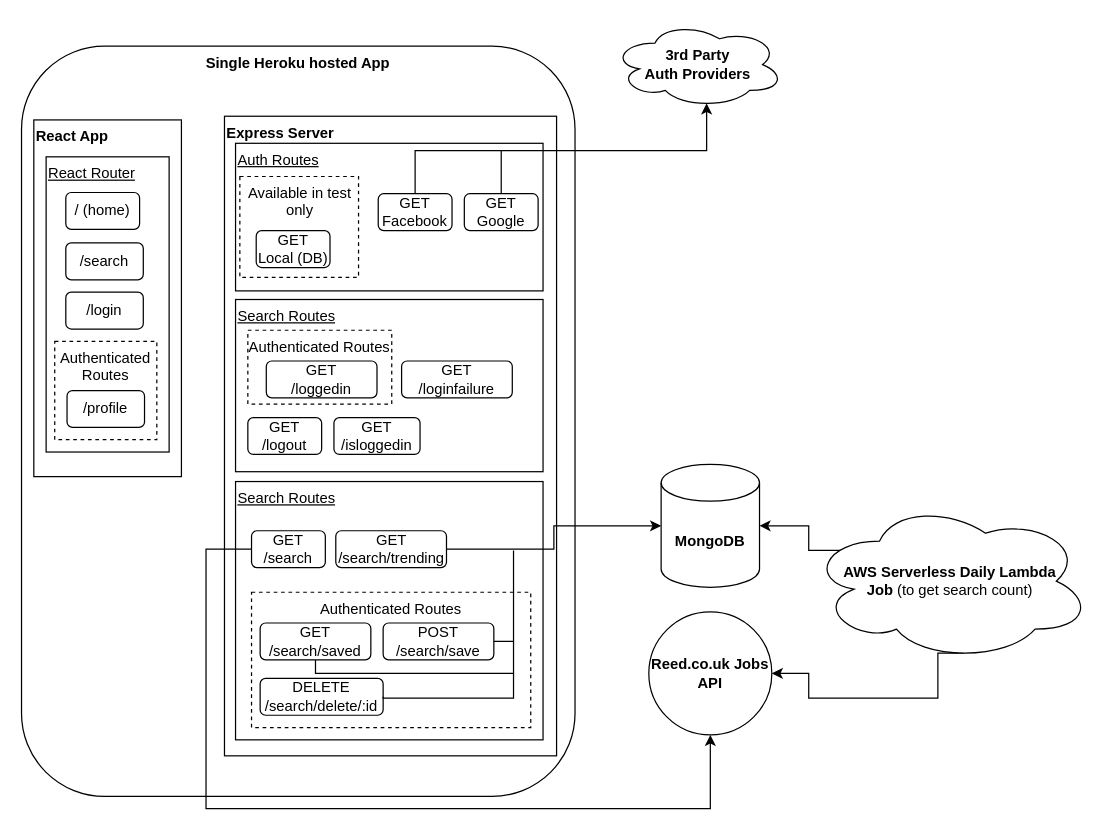
This is docs/Current Architecture.drawio from jb-0/skills-tracker, a draw.io file, before an edit. Source tidied: cells renumbered, new cells numbered last; positions are measured from the earlier drawing's top-left corner, leaving out a move shared by most shapes. Both pictures are drawn from the tidied source at 123%, with x=0, y=0 at pixel (21, 21).
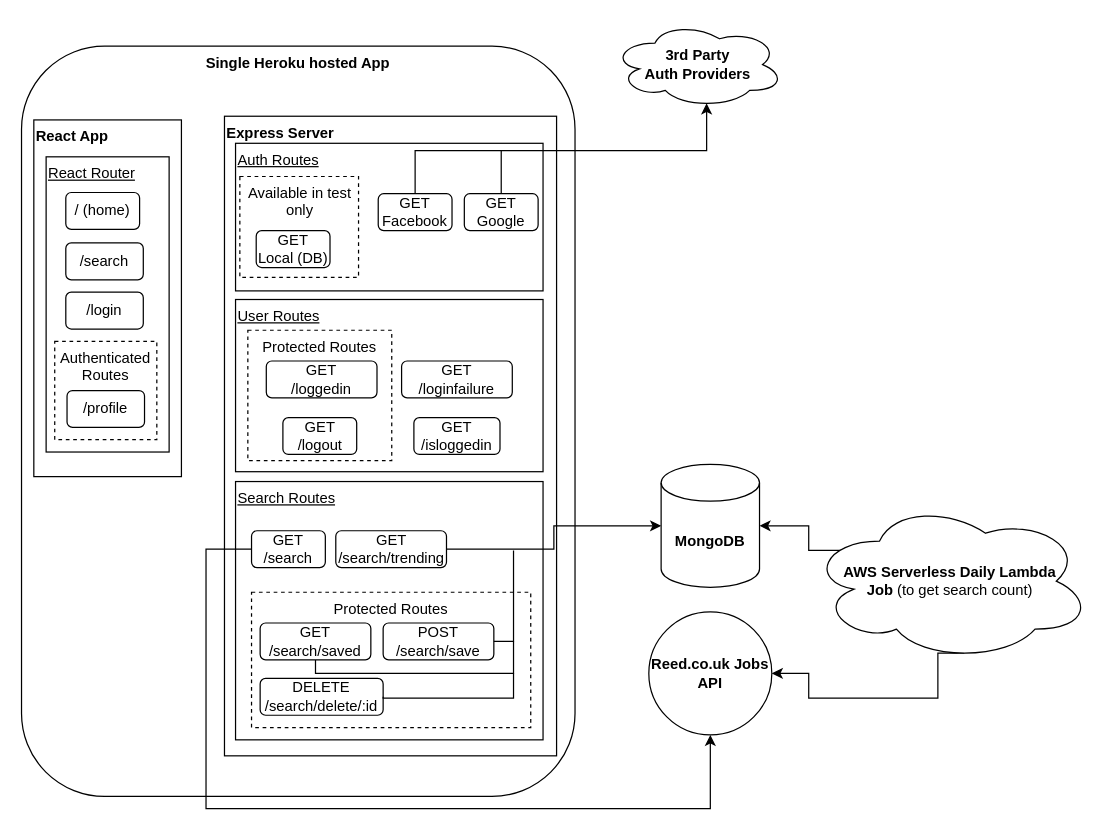
After the change.

Commit message:
Updated protected route in diagram

The change refers to these unchanged cells:
```xml
<mxCell id="9" style="group;" parent="1" vertex="1">
  <mxGeometry x="200" y="77" width="270" height="530" as="geometry" />
</mxCell>
<mxCell id="17" style="group;" parent="9" vertex="1">
  <mxGeometry x="-26" y="297" width="250" height="210" as="geometry" />
</mxCell>
```

What changed in the source:
```diff
@@
-    <mxCell id="19" value="Authenticated Routes" style="rounded=0;whiteSpace=wrap;html=1;align=center;dashed=1;verticalAlign=top;" parent="17" vertex="1">
+    <mxCell id="19" value="Protected Routes" style="rounded=0;whiteSpace=wrap;html=1;align=center;dashed=1;verticalAlign=top;" parent="17" vertex="1">
       <mxGeometry x="13" y="90" width="227" height="110" as="geometry" />
     </mxCell>
@@
-    <mxCell id="25" value="&lt;span style=&quot;font-weight: normal&quot;&gt;&lt;u&gt;Search Routes&lt;/u&gt;&lt;/span&gt;" style="rounded=0;whiteSpace=wrap;html=1;align=left;verticalAlign=top;fontStyle=1;" parent="9" vertex="1">
+    <mxCell id="25" value="&lt;span style=&quot;font-weight: normal&quot;&gt;&lt;u&gt;User Routes&lt;/u&gt;&lt;/span&gt;" style="rounded=0;whiteSpace=wrap;html=1;align=left;verticalAlign=top;fontStyle=1;" parent="9" vertex="1">
       <mxGeometry x="-26" y="149" width="250" height="140" as="geometry" />
     </mxCell>
-    <mxCell id="26" value="Authenticated Routes" style="rounded=0;whiteSpace=wrap;html=1;align=center;dashed=1;verticalAlign=top;" parent="9" vertex="1">
-      <mxGeometry x="-16" y="174" width="117" height="60" as="geometry" />
+    <mxCell id="26" value="Protected Routes" style="rounded=0;whiteSpace=wrap;html=1;align=center;dashed=1;verticalAlign=top;" parent="9" vertex="1">
+      <mxGeometry x="-16" y="174" width="117" height="106" as="geometry" />
     </mxCell>
     <mxCell id="27" value="GET&lt;br&gt;/logout" style="rounded=1;whiteSpace=wrap;html=1;align=center;" parent="9" vertex="1">
-      <mxGeometry x="-16" y="245" width="60" height="30" as="geometry" />
+      <mxGeometry x="12.5" y="245" width="60" height="30" as="geometry" />
     </mxCell>
@@
     <mxCell id="30" value="GET&lt;br&gt;/isloggedin" style="rounded=1;whiteSpace=wrap;html=1;align=center;" parent="9" vertex="1">
-      <mxGeometry x="54" y="245" width="70" height="30" as="geometry" />
+      <mxGeometry x="119" y="245" width="70" height="30" as="geometry" />
     </mxCell>
```
